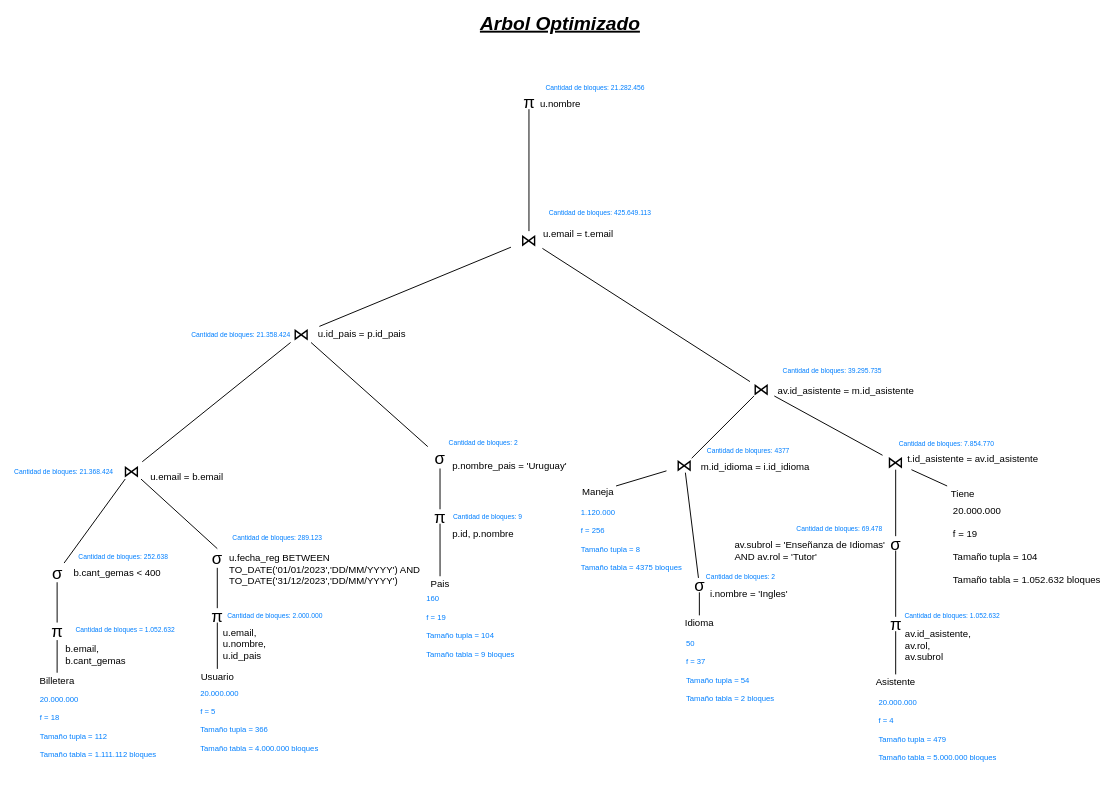
Earlier version of the draw.io diagram Ejercicio-3/Parte-5/arbolOptimizadoConCuentas.drawio (felipiacenza/BD2). Source tidied: cells renumbered, new cells numbered last; positions are measured from the earlier drawing's top-left corner, leaving out a move shared by most shapes. Both pictures are drawn from the tidied source at 48%, with x=0, y=0 at pixel (8, 8).
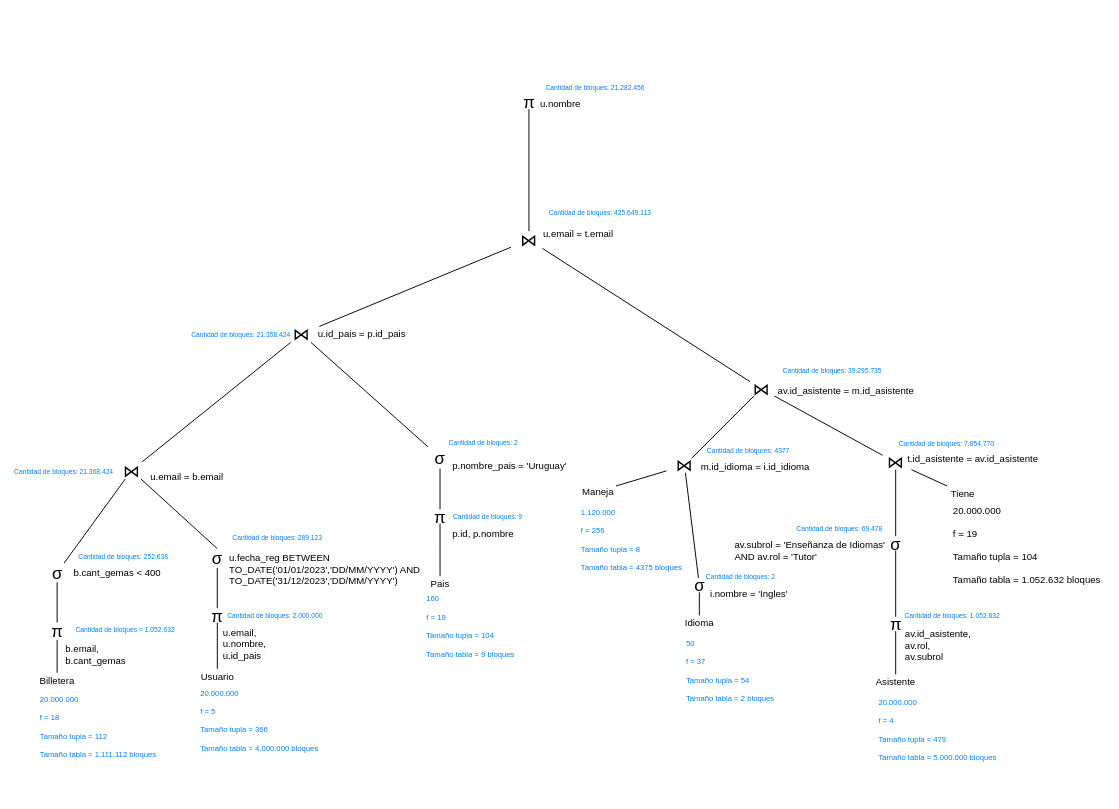
The same diagram, later.

Commit message (it also covers changes not shown here):
titulo de arbol optomizado quitado

Change to the diagram source:
```diff
@@
-    <mxCell id="47" value="&lt;font style=&quot;font-size: 40px;&quot;&gt;Arbol Optimizado&lt;/font&gt;" style="text;html=1;align=center;verticalAlign=middle;fontStyle=7;labelBackgroundColor=none;strokeWidth=2;fontColor=default;fontSize=40;fontFamily=Helvetica;" parent="1" vertex="1">
-      <mxGeometry x="969" width="360" height="60" as="geometry" />
-    </mxCell>
```
